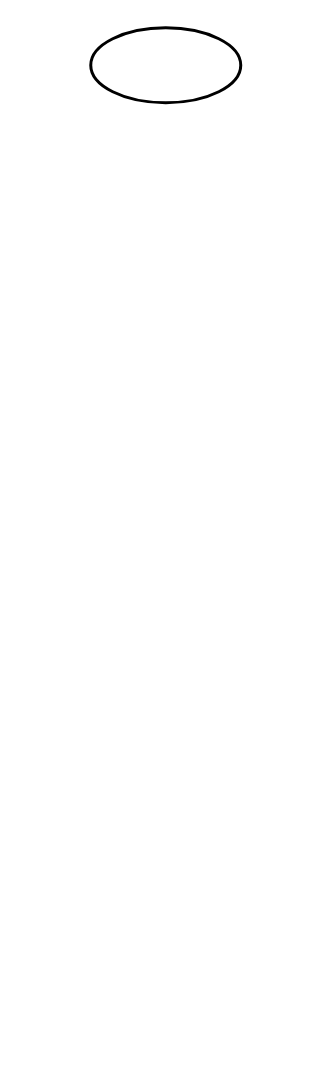
This is week1_problem1.drawio from dinagoethe/matlab, a draw.io file, before an edit. Source tidied: cells renumbered, new cells numbered last; positions are measured from the earlier drawing's top-left corner, leaving out a move shared by most shapes. Both pictures are drawn from the tidied source at 150%, with x=0, y=0 at pixel (90, 27).
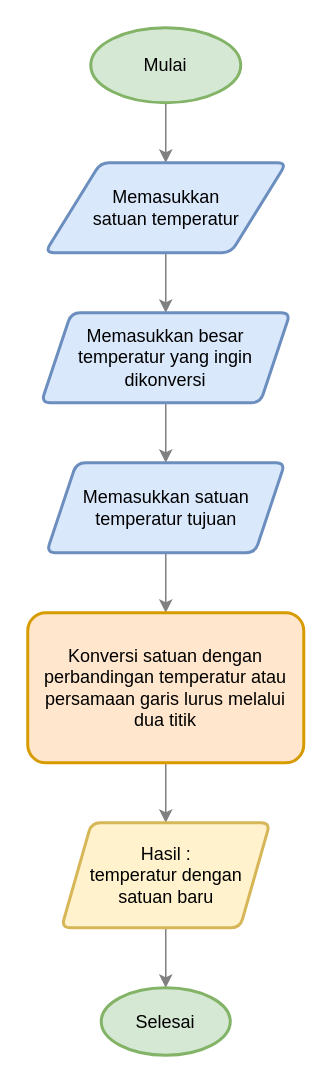
After the change.

Diff of the diagram source:
```diff
@@
 <mxGraphModel>
   <root>
     <mxCell id="0" />
     <mxCell id="1" parent="0" />
+    <mxCell id="3" style="edgeStyle=orthogonalEdgeStyle;rounded=0;jettySize=auto;html=1;strokeColor=#808080;fontColor=#4D4D4D;fillColor=#76608a;" parent="1" edge="1" source="2" target="5">
+      <mxGeometry relative="1" as="geometry" />
+    </mxCell>
-    <mxCell id="2" style="strokeWidth=2;html=1;shape=mxgraph.flowchart.start_2;whiteSpace=wrap;" parent="1" vertex="1">
+    <mxCell id="2" value="Mulai" style="strokeWidth=2;html=1;shape=mxgraph.flowchart.start_2;whiteSpace=wrap;strokeColor=#82b366;fillColor=#d5e8d4;" parent="1" vertex="1">
       <mxGeometry width="100" height="50" as="geometry" />
     </mxCell>
+    <mxCell id="4" style="edgeStyle=orthogonalEdgeStyle;rounded=0;jettySize=auto;html=1;strokeColor=#808080;fontColor=#4D4D4D;" parent="1" edge="1" source="5" target="7">
+      <mxGeometry relative="1" as="geometry" />
+    </mxCell>
+    <mxCell id="5" value="Memasukkan &lt;br&gt;satuan temperatur" style="shape=parallelogram;html=1;strokeWidth=2;perimeter=parallelogramPerimeter;whiteSpace=wrap;rounded=1;arcSize=12;size=0.23;strokeColor=#6c8ebf;fillColor=#dae8fc;" parent="1" vertex="1">
+      <mxGeometry x="-30.5" y="90" width="161" height="60" as="geometry" />
+    </mxCell>
+    <mxCell id="6" style="edgeStyle=orthogonalEdgeStyle;rounded=0;jettySize=auto;html=1;strokeColor=#808080;fontColor=#4D4D4D;" parent="1" edge="1" source="7" target="9">
+      <mxGeometry relative="1" as="geometry" />
+    </mxCell>
+    <mxCell id="7" value="Memasukkan besar temperatur yang ingin dikonversi" style="shape=parallelogram;perimeter=parallelogramPerimeter;whiteSpace=wrap;html=1;fixedSize=1;strokeWidth=2;rounded=1;arcSize=12;shadow=0;strokeColor=#6c8ebf;fillColor=#dae8fc;" parent="1" vertex="1">
+      <mxGeometry x="-33" y="190" width="166" height="60" as="geometry" />
+    </mxCell>
+    <mxCell id="8" style="edgeStyle=orthogonalEdgeStyle;rounded=0;jettySize=auto;html=1;strokeColor=#808080;fontColor=#4D4D4D;" parent="1" edge="1" source="9" target="11">
+      <mxGeometry relative="1" as="geometry" />
+    </mxCell>
+    <mxCell id="9" value="Memasukkan satuan temperatur tujuan" style="shape=parallelogram;perimeter=parallelogramPerimeter;whiteSpace=wrap;html=1;fixedSize=1;strokeWidth=2;rounded=1;arcSize=12;strokeColor=#6c8ebf;fillColor=#dae8fc;" parent="1" vertex="1">
+      <mxGeometry x="-29.5" y="290" width="159" height="60" as="geometry" />
+    </mxCell>
+    <mxCell id="10" style="edgeStyle=orthogonalEdgeStyle;rounded=0;jettySize=auto;html=1;strokeColor=#808080;fontColor=#4D4D4D;" parent="1" edge="1" source="11" target="13">
+      <mxGeometry relative="1" as="geometry" />
+    </mxCell>
+    <mxCell id="11" value="Konversi satuan dengan perbandingan temperatur atau persamaan garis lurus melalui dua titik" style="whiteSpace=wrap;html=1;strokeWidth=2;rounded=1;arcSize=12;strokeColor=#d79b00;fillColor=#ffe6cc;" parent="1" vertex="1">
+      <mxGeometry x="-42" y="390" width="184" height="100" as="geometry" />
+    </mxCell>
+    <mxCell id="12" style="edgeStyle=orthogonalEdgeStyle;rounded=0;jettySize=auto;html=1;strokeColor=#808080;fontColor=#4D4D4D;" parent="1" edge="1" source="13" target="14">
+      <mxGeometry relative="1" as="geometry" />
+    </mxCell>
+    <mxCell id="13" value="Hasil : &lt;br&gt;temperatur dengan satuan baru" style="shape=parallelogram;perimeter=parallelogramPerimeter;whiteSpace=wrap;html=1;fixedSize=1;strokeWidth=2;rounded=1;arcSize=12;strokeColor=#d6b656;fillColor=#fff2cc;" parent="1" vertex="1">
+      <mxGeometry x="-19.5" y="530" width="139" height="70" as="geometry" />
+    </mxCell>
+    <mxCell id="14" value="Selesai" style="ellipse;whiteSpace=wrap;html=1;strokeWidth=2;rounded=1;arcSize=12;strokeColor=#82b366;fillColor=#d5e8d4;" parent="1" vertex="1">
+      <mxGeometry x="7" y="640" width="86" height="45" as="geometry" />
+    </mxCell>
   </root>
 </mxGraphModel>
```
